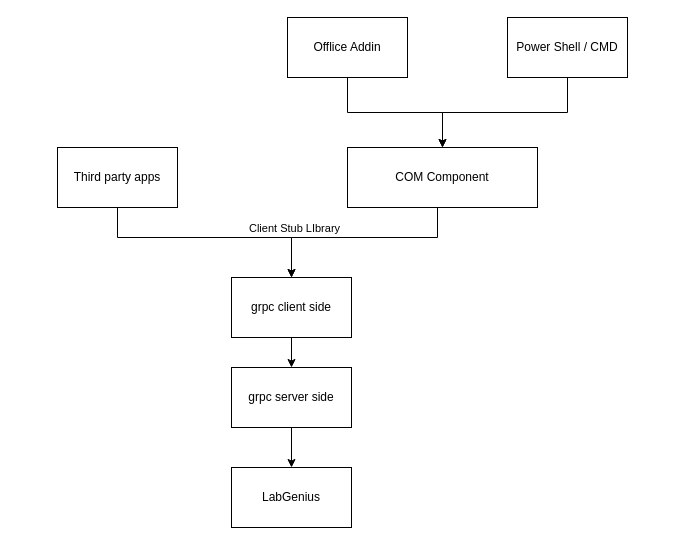
The draw.io diagram graphs/services.drawio in zhugy08/drawio, before the edit. Source tidied: cells renumbered, new cells numbered last; positions are measured from the earlier drawing's top-left corner, leaving out a move shared by most shapes. Both pictures are drawn from the tidied source at 100%, with x=0, y=0 at pixel (57, 17).
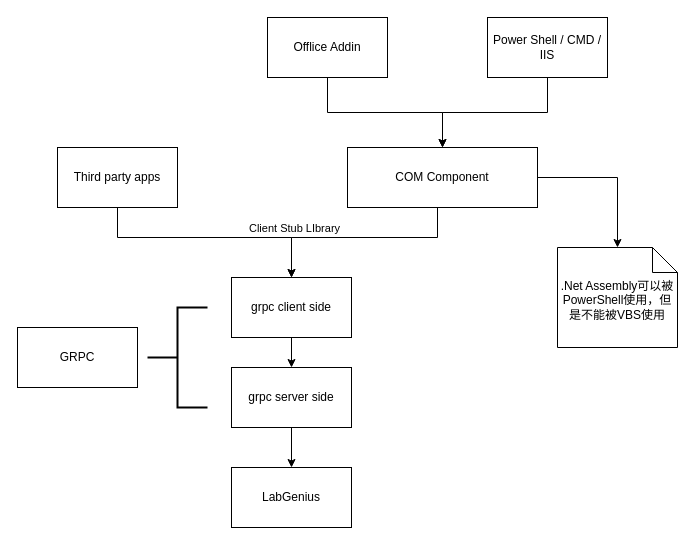
The same page after the edit.

Unchanged cells that the change refers to:
```xml
<mxCell id="11" value="&lt;div&gt;COM Component&lt;/div&gt;" style="rounded=0;whiteSpace=wrap;html=1;" parent="1" vertex="1">
  <mxGeometry x="290" y="130" width="190" height="60" as="geometry" />
</mxCell>
```

What changed in the source:
```diff
@@
+    <mxCell id="16" style="edgeStyle=orthogonalEdgeStyle;rounded=0;jettySize=auto;html=1;" parent="1" edge="1" source="11" target="17">
+      <mxGeometry relative="1" as="geometry" />
+    </mxCell>
@@
     <mxCell id="13" value="Offlice Addin" style="rounded=0;whiteSpace=wrap;html=1;" parent="1" vertex="1">
-      <mxGeometry x="230" width="120" height="60" as="geometry" />
+      <mxGeometry x="210" width="120" height="60" as="geometry" />
     </mxCell>
@@
-    <mxCell id="15" value="&lt;div&gt;Power Shell / CMD&lt;br&gt;&lt;/div&gt;" style="rounded=0;whiteSpace=wrap;html=1;" parent="1" vertex="1">
-      <mxGeometry x="450" width="120" height="60" as="geometry" />
+    <mxCell id="15" value="&lt;div&gt;Power Shell / CMD / IIS&lt;br&gt;&lt;/div&gt;" style="rounded=0;whiteSpace=wrap;html=1;" parent="1" vertex="1">
+      <mxGeometry x="430" width="120" height="60" as="geometry" />
     </mxCell>
+    <mxCell id="17" value=".Net Assembly可以被PowerShell使用，但是不能被VBS使用" style="shape=note2;boundedLbl=1;whiteSpace=wrap;html=1;size=25;verticalAlign=top;align=center;" parent="1" vertex="1">
+      <mxGeometry x="500" y="230" width="120" height="100" as="geometry" />
+    </mxCell>
+    <mxCell id="18" style="strokeWidth=2;html=1;shape=mxgraph.flowchart.annotation_2;align=left;labelPosition=right;" parent="1" vertex="1">
+      <mxGeometry x="90" y="290" width="60" height="100" as="geometry" />
+    </mxCell>
+    <mxCell id="19" value="GRPC" style="rounded=0;whiteSpace=wrap;html=1;" parent="1" vertex="1">
+      <mxGeometry x="-40" y="310" width="120" height="60" as="geometry" />
+    </mxCell>
```
